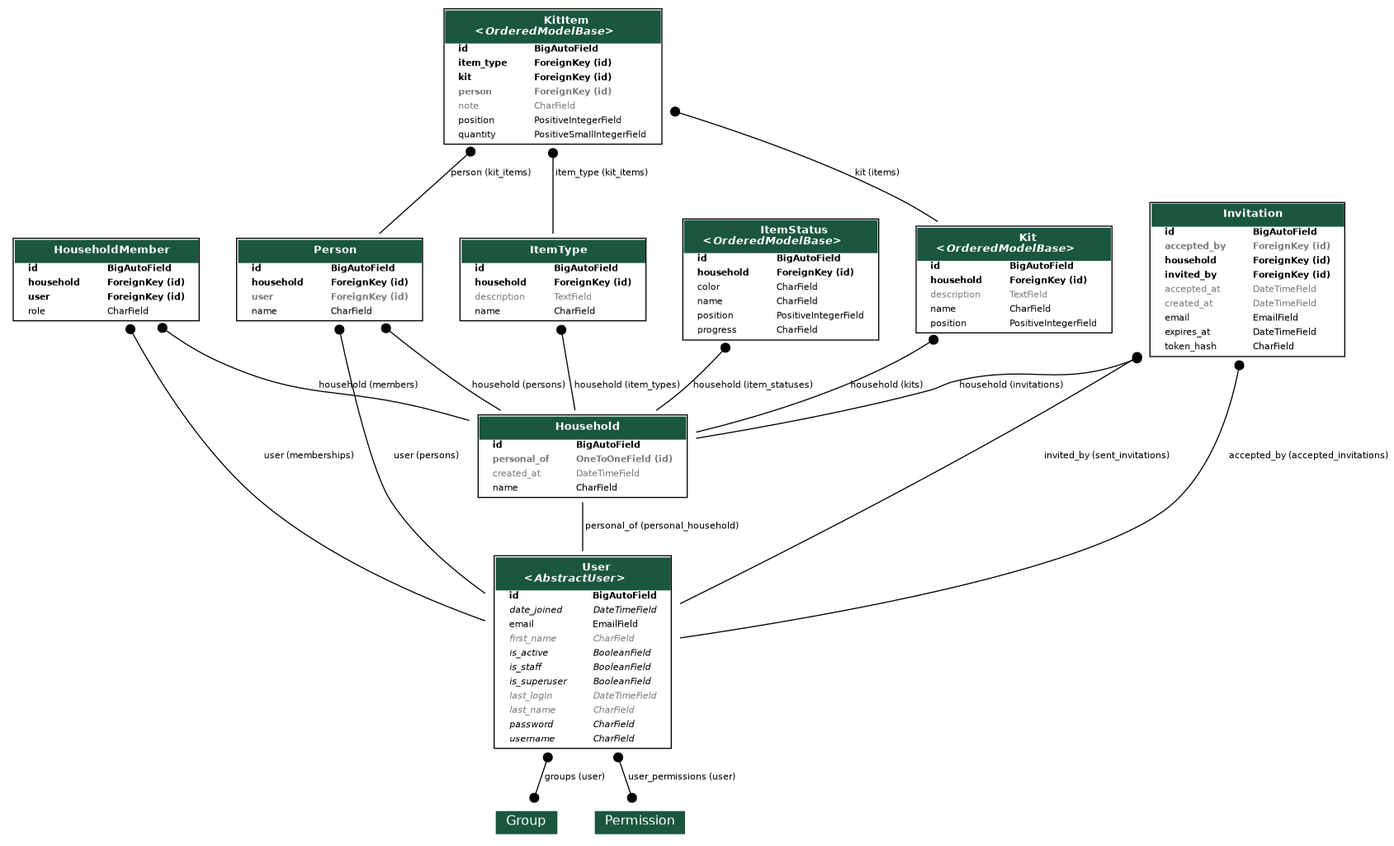
Above: docs/model/schema.png in AxineTeam/tout-pris-api (Graphviz), before the change. Its source is kept beside it as docs/model/schema.dot.
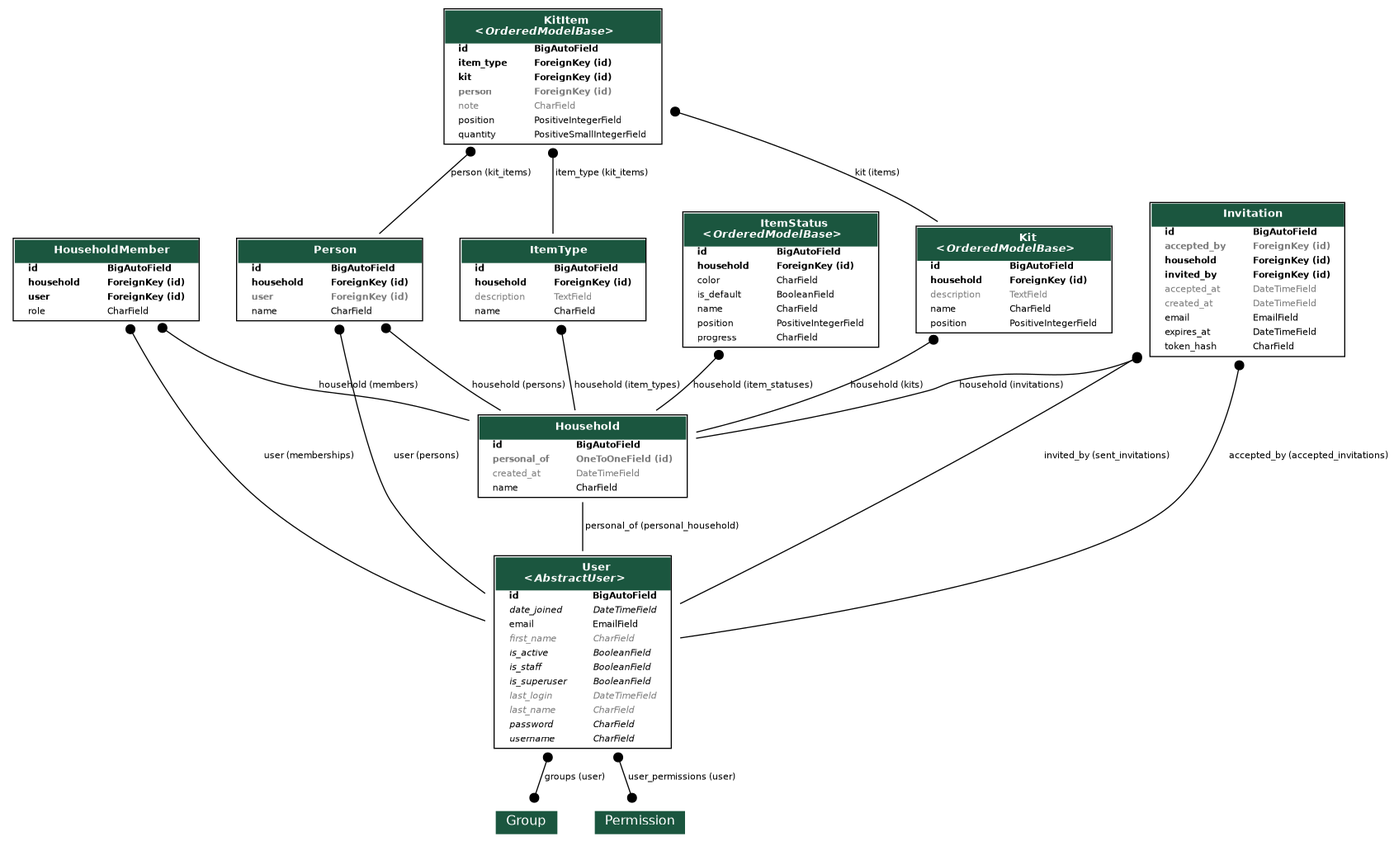
Above is the later version.

Commit message:
Mark the default preparation status of a household

What changed in the source:
```diff
@@ -406,6 +406,14 @@
 
 
     <TR><TD ALIGN="LEFT" BORDER="0">
+    <FONT FACE="Roboto">is_default</FONT>
+    </TD><TD ALIGN="LEFT">
+    <FONT FACE="Roboto">BooleanField</FONT>
+    </TD></TR>
+
+
+
+    <TR><TD ALIGN="LEFT" BORDER="0">
     <FONT FACE="Roboto">name</FONT>
     </TD><TD ALIGN="LEFT">
     <FONT FACE="Roboto">CharField</FONT>
```
